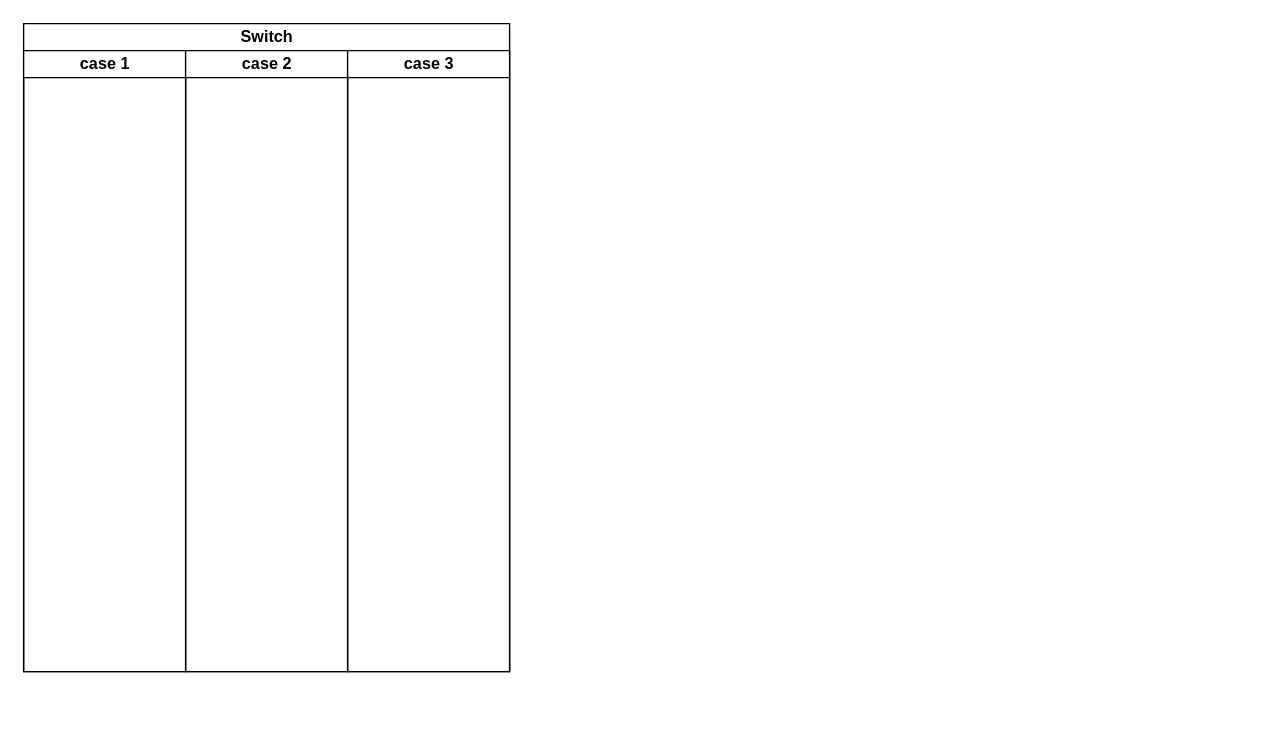
The draw.io diagram 未命名绘图.drawio in Markwhsiao/drawio, before the edit. Source tidied: cells renumbered, new cells numbered last; positions are measured from the earlier drawing's top-left corner, leaving out a move shared by most shapes. Both pictures are drawn from the tidied source at 135%, with x=0, y=0 at pixel (23, 23).
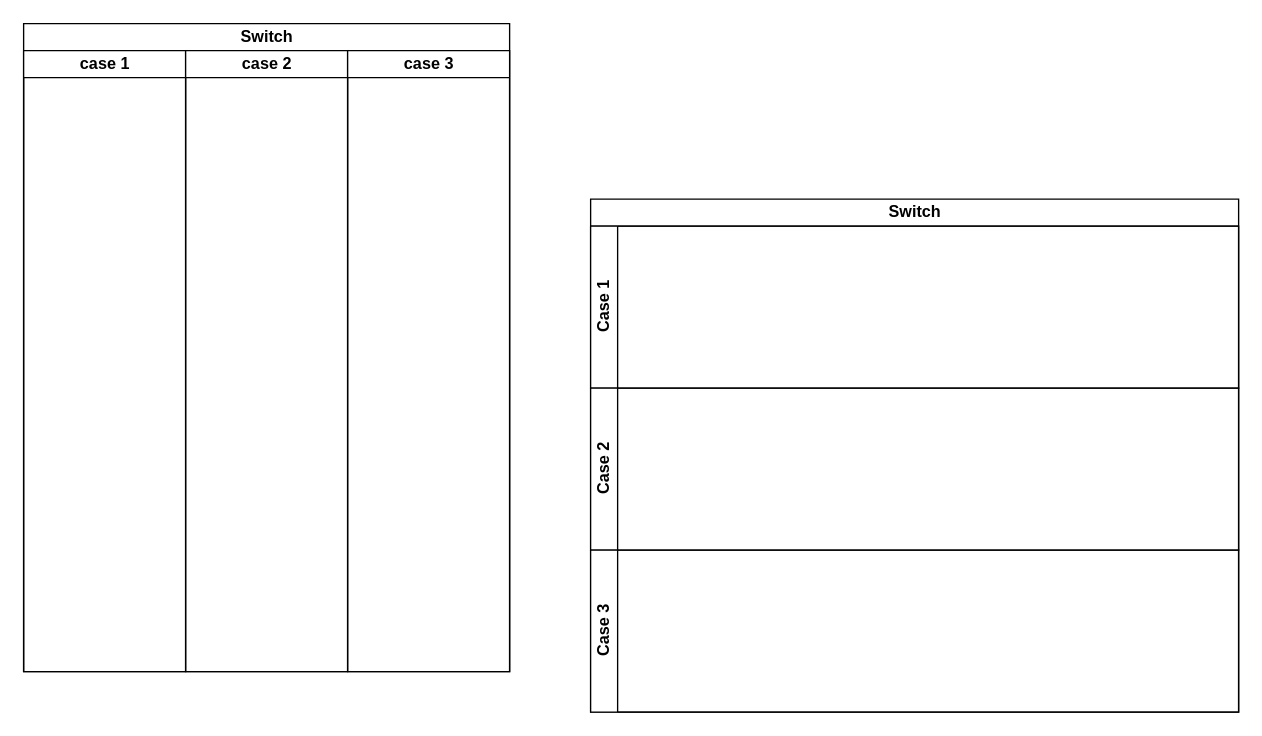
The same diagram, later.

What changed in the source:
```diff
@@
 <mxGraphModel>
   <root>
     <mxCell id="0" />
     <mxCell id="1" parent="0" />
     <mxCell id="2" value="Switch" style="swimlane;startSize=20;html=1;" parent="1" vertex="1">
       <mxGeometry width="360" height="480" as="geometry" />
     </mxCell>
     <mxCell id="3" value="case 1" style="swimlane;startSize=20;html=1;" parent="2" vertex="1">
       <mxGeometry y="20" width="120" height="460" as="geometry" />
     </mxCell>
     <mxCell id="4" value="case 2" style="swimlane;startSize=20;html=1;" parent="2" vertex="1">
       <mxGeometry x="120" y="20" width="120" height="460" as="geometry" />
     </mxCell>
     <mxCell id="5" value="case 3" style="swimlane;startSize=20;html=1;" parent="2" vertex="1">
       <mxGeometry x="240" y="20" width="120" height="460" as="geometry" />
     </mxCell>
+    <mxCell id="6" value="Switch" style="swimlane;horizontal=1;startSize=20;html=1;" parent="1" vertex="1">
+      <mxGeometry x="420" y="130" width="480" height="380" as="geometry" />
+    </mxCell>
+    <mxCell id="7" value="Case 1" style="swimlane;startSize=20;horizontal=0;html=1;" parent="6" vertex="1">
+      <mxGeometry y="20" width="480" height="120" as="geometry" />
+    </mxCell>
+    <mxCell id="8" value="Case 2" style="swimlane;startSize=20;horizontal=0;html=1;" parent="6" vertex="1">
+      <mxGeometry y="140" width="480" height="120" as="geometry" />
+    </mxCell>
+    <mxCell id="9" value="Case 3" style="swimlane;startSize=20;horizontal=0;html=1;" parent="6" vertex="1">
+      <mxGeometry y="260" width="480" height="120" as="geometry" />
+    </mxCell>
   </root>
 </mxGraphModel>
```
